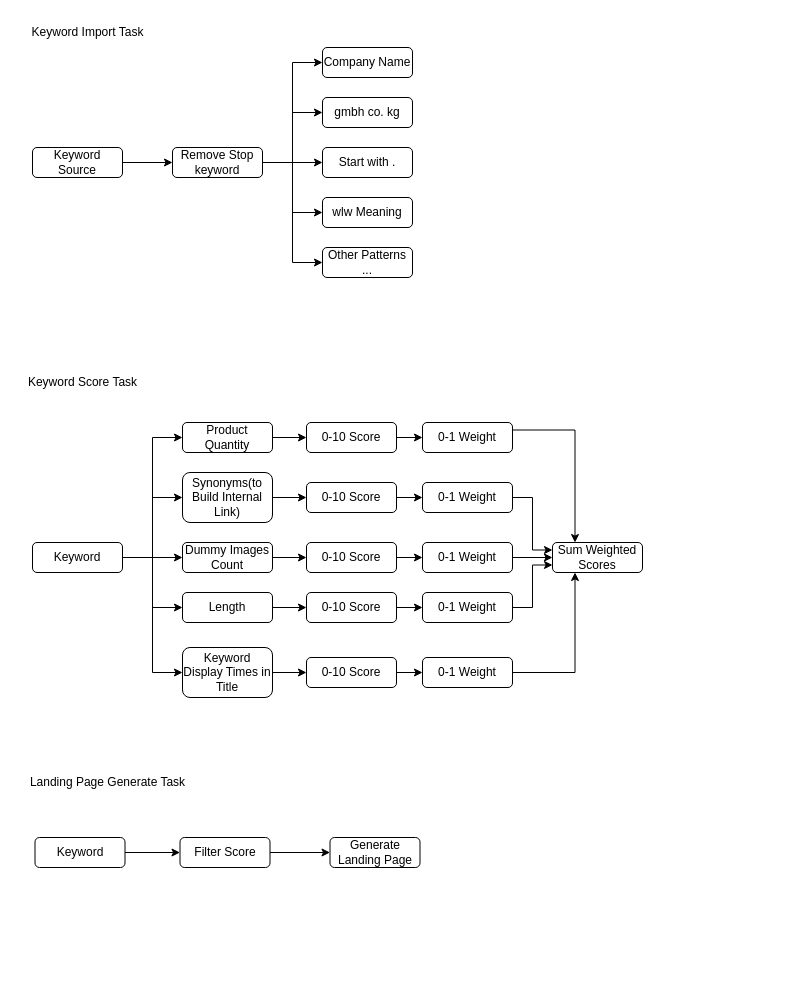
The draw.io diagram drawio/keywordanalyze.drawio in VisableHarry/seo-drawio, before the edit. Source tidied: cells renumbered, new cells numbered last; positions are measured from the earlier drawing's top-left corner, leaving out a move shared by most shapes. Both pictures are drawn from the tidied source at 100%, with x=0, y=0 at pixel (17, 17).
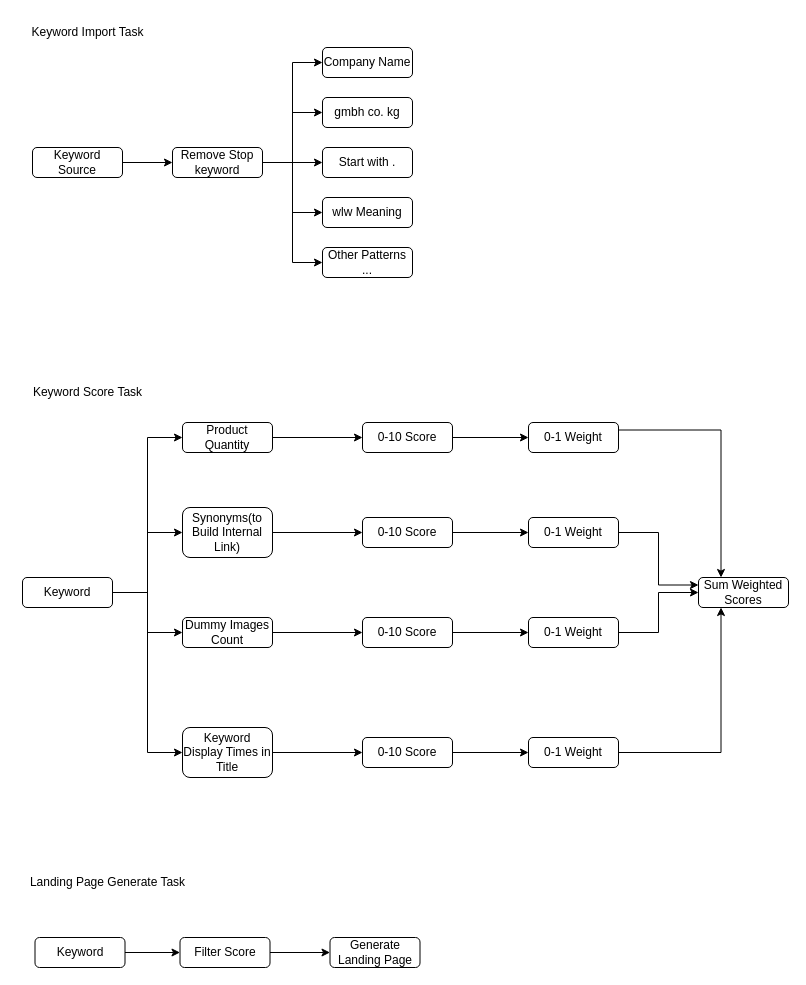
The same diagram, later.

Change to the diagram source:
```diff
@@
     <mxCell id="11" value="Keyword" style="rounded=1;whiteSpace=wrap;html=1;" parent="1" vertex="1">
-      <mxGeometry x="17.5" y="820" width="90" height="30" as="geometry" />
+      <mxGeometry x="17.5" y="920" width="90" height="30" as="geometry" />
     </mxCell>
@@
     <mxCell id="19" value="Synonyms(to Build Internal Link)" style="rounded=1;whiteSpace=wrap;html=1;" parent="1" vertex="1">
-      <mxGeometry x="165" y="455" width="90" height="50" as="geometry" />
+      <mxGeometry x="165" y="490" width="90" height="50" as="geometry" />
     </mxCell>
@@
     <mxCell id="21" value="Dummy Images Count" style="rounded=1;whiteSpace=wrap;html=1;" parent="1" vertex="1">
-      <mxGeometry x="165" y="525" width="90" height="30" as="geometry" />
+      <mxGeometry x="165" y="600" width="90" height="30" as="geometry" />
     </mxCell>
-    <mxCell id="22" style="edgeStyle=orthogonalEdgeStyle;rounded=0;jettySize=auto;html=1;exitX=1;exitY=0.5;exitDx=0;exitDy=0;entryX=0;entryY=0.5;entryDx=0;entryDy=0;" parent="1" edge="1" source="23" target="40">
-      <mxGeometry relative="1" as="geometry" />
-    </mxCell>
-    <mxCell id="23" value="Length" style="rounded=1;whiteSpace=wrap;html=1;" parent="1" vertex="1">
-      <mxGeometry x="165" y="575" width="90" height="30" as="geometry" />
-    </mxCell>
@@
     <mxCell id="25" value="Keyword Score Task" style="text;html=1;align=center;verticalAlign=middle;strokeColor=none;fillColor=none;" parent="1" vertex="1">
-      <mxGeometry y="350" width="130" height="30" as="geometry" />
+      <mxGeometry x="5" y="360" width="130" height="30" as="geometry" />
     </mxCell>
@@
     <mxCell id="27" value="0-10 Score" style="rounded=1;whiteSpace=wrap;html=1;" parent="1" vertex="1">
-      <mxGeometry x="289" y="405" width="90" height="30" as="geometry" />
+      <mxGeometry x="345" y="405" width="90" height="30" as="geometry" />
     </mxCell>
@@
+    <mxCell id="33" style="edgeStyle=orthogonalEdgeStyle;rounded=0;jettySize=auto;html=1;exitX=1;exitY=0.5;exitDx=0;exitDy=0;entryX=0;entryY=0.5;entryDx=0;entryDy=0;" parent="1" edge="1" source="34" target="19">
+      <mxGeometry relative="1" as="geometry" />
+    </mxCell>
@@
-    <mxCell id="31" style="edgeStyle=orthogonalEdgeStyle;rounded=0;jettySize=auto;html=1;exitX=1;exitY=0.5;exitDx=0;exitDy=0;entryX=0;entryY=0.5;entryDx=0;entryDy=0;" parent="1" edge="1" source="34" target="23">
-      <mxGeometry relative="1" as="geometry" />
-    </mxCell>
@@
-    <mxCell id="33" style="edgeStyle=orthogonalEdgeStyle;rounded=0;jettySize=auto;html=1;exitX=1;exitY=0.5;exitDx=0;exitDy=0;entryX=0;entryY=0.5;entryDx=0;entryDy=0;" parent="1" edge="1" source="34" target="19">
-      <mxGeometry relative="1" as="geometry" />
-    </mxCell>
     <mxCell id="34" value="Keyword" style="rounded=1;whiteSpace=wrap;html=1;" parent="1" vertex="1">
-      <mxGeometry x="15" y="525" width="90" height="30" as="geometry" />
+      <mxGeometry x="5" y="560" width="90" height="30" as="geometry" />
     </mxCell>
@@
     <mxCell id="36" value="0-10 Score" style="rounded=1;whiteSpace=wrap;html=1;" parent="1" vertex="1">
-      <mxGeometry x="289" y="465" width="90" height="30" as="geometry" />
+      <mxGeometry x="345" y="500" width="90" height="30" as="geometry" />
     </mxCell>
@@
     <mxCell id="38" value="0-10 Score" style="rounded=1;whiteSpace=wrap;html=1;" parent="1" vertex="1">
-      <mxGeometry x="289" y="525" width="90" height="30" as="geometry" />
+      <mxGeometry x="345" y="600" width="90" height="30" as="geometry" />
     </mxCell>
-    <mxCell id="39" style="edgeStyle=orthogonalEdgeStyle;rounded=0;jettySize=auto;html=1;exitX=1;exitY=0.5;exitDx=0;exitDy=0;entryX=0;entryY=0.5;entryDx=0;entryDy=0;" parent="1" edge="1" source="40" target="53">
-      <mxGeometry relative="1" as="geometry" />
-    </mxCell>
-    <mxCell id="40" value="0-10 Score" style="rounded=1;whiteSpace=wrap;html=1;" parent="1" vertex="1">
-      <mxGeometry x="289" y="575" width="90" height="30" as="geometry" />
-    </mxCell>
     <mxCell id="41" value="Sum Weighted Scores" style="rounded=1;whiteSpace=wrap;html=1;" parent="1" vertex="1">
-      <mxGeometry x="535" y="525" width="90" height="30" as="geometry" />
+      <mxGeometry x="681" y="560" width="90" height="30" as="geometry" />
     </mxCell>
     <mxCell id="42" value="Landing Page Generate Task" style="text;html=1;align=center;verticalAlign=middle;strokeColor=none;fillColor=none;" parent="1" vertex="1">
-      <mxGeometry y="750" width="180" height="30" as="geometry" />
+      <mxGeometry y="850" width="180" height="30" as="geometry" />
     </mxCell>
@@
     <mxCell id="44" value="Filter Score" style="rounded=1;whiteSpace=wrap;html=1;" parent="1" vertex="1">
-      <mxGeometry x="162.5" y="820" width="90" height="30" as="geometry" />
+      <mxGeometry x="162.5" y="920" width="90" height="30" as="geometry" />
     </mxCell>
     <mxCell id="45" value="Generate Landing Page" style="rounded=1;whiteSpace=wrap;html=1;" parent="1" vertex="1">
-      <mxGeometry x="312.5" y="820" width="90" height="30" as="geometry" />
+      <mxGeometry x="312.5" y="920" width="90" height="30" as="geometry" />
     </mxCell>
@@
     <mxCell id="47" value="0-1 Weight" style="rounded=1;whiteSpace=wrap;html=1;" parent="1" vertex="1">
-      <mxGeometry x="405" y="405" width="90" height="30" as="geometry" />
+      <mxGeometry x="511" y="405" width="90" height="30" as="geometry" />
     </mxCell>
@@
     <mxCell id="49" value="0-1 Weight" style="rounded=1;whiteSpace=wrap;html=1;" parent="1" vertex="1">
-      <mxGeometry x="405" y="465" width="90" height="30" as="geometry" />
+      <mxGeometry x="511" y="500" width="90" height="30" as="geometry" />
     </mxCell>
@@
     <mxCell id="51" value="0-1 Weight" style="rounded=1;whiteSpace=wrap;html=1;" parent="1" vertex="1">
-      <mxGeometry x="405" y="525" width="90" height="30" as="geometry" />
+      <mxGeometry x="511" y="600" width="90" height="30" as="geometry" />
     </mxCell>
-    <mxCell id="52" style="edgeStyle=orthogonalEdgeStyle;rounded=0;jettySize=auto;html=1;exitX=1;exitY=0.5;exitDx=0;exitDy=0;entryX=0;entryY=0.75;entryDx=0;entryDy=0;" parent="1" edge="1" source="53" target="41">
-      <mxGeometry relative="1" as="geometry" />
-    </mxCell>
-    <mxCell id="53" value="0-1 Weight" style="rounded=1;whiteSpace=wrap;html=1;" parent="1" vertex="1">
-      <mxGeometry x="405" y="575" width="90" height="30" as="geometry" />
-    </mxCell>
@@
     <mxCell id="55" value="Keyword Display Times in Title" style="rounded=1;whiteSpace=wrap;html=1;" parent="1" vertex="1">
-      <mxGeometry x="165" y="630" width="90" height="50" as="geometry" />
+      <mxGeometry x="165" y="710" width="90" height="50" as="geometry" />
     </mxCell>
@@
     <mxCell id="57" value="0-10 Score" style="rounded=1;whiteSpace=wrap;html=1;" parent="1" vertex="1">
-      <mxGeometry x="289" y="640" width="90" height="30" as="geometry" />
+      <mxGeometry x="345" y="720" width="90" height="30" as="geometry" />
     </mxCell>
@@
     <mxCell id="59" value="0-1 Weight" style="rounded=1;whiteSpace=wrap;html=1;" parent="1" vertex="1">
-      <mxGeometry x="405" y="640" width="90" height="30" as="geometry" />
+      <mxGeometry x="511" y="720" width="90" height="30" as="geometry" />
     </mxCell>
```
